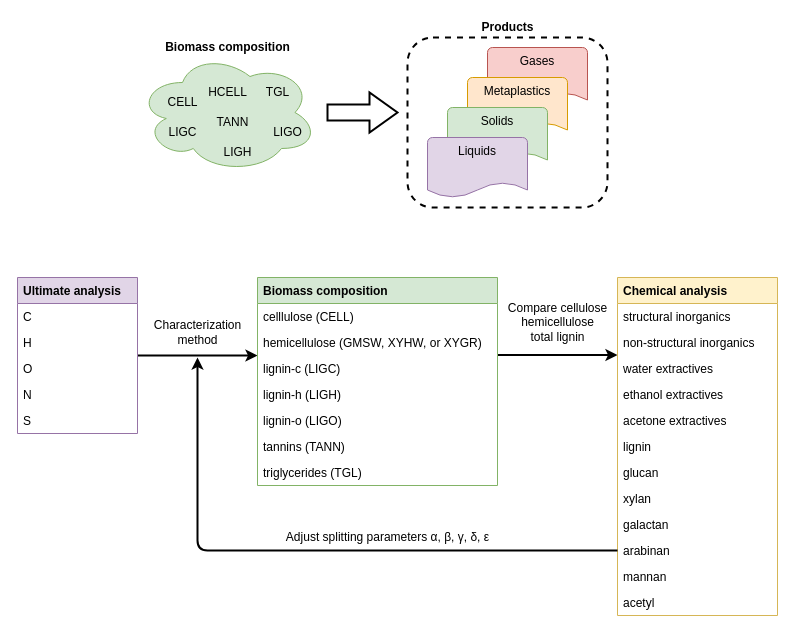
The draw.io diagram diagrams/biocomp.drawio in wigging/batch-cstr-pyrolysis, before the edit. Source tidied: cells renumbered, new cells numbered last; positions are measured from the earlier drawing's top-left corner, leaving out a move shared by most shapes. Both pictures are drawn from the tidied source at 100%, with x=0, y=0 at pixel (17, 17).
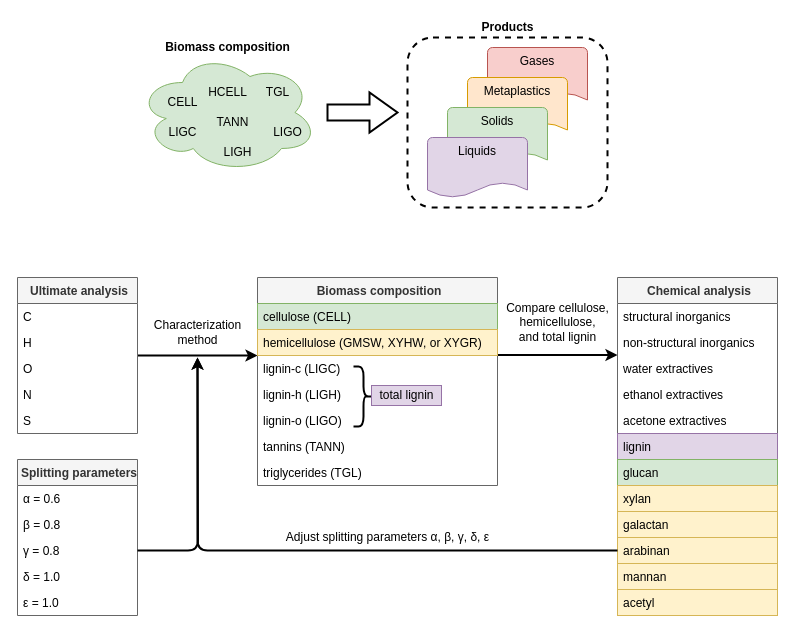
The same page after the edit.

Commit message (it also covers changes not shown here):
Update biomass characterization diagram

Change to the diagram source:
```diff
@@
-    <mxCell id="19" value="Chemical analysis" style="swimlane;fontStyle=1;horizontal=1;startSize=26;labelBackgroundColor=none;align=left;swimlaneLine=1;spacingLeft=4;fillColor=#fff2cc;strokeColor=#d6b656;" parent="1" vertex="1">
+    <mxCell id="19" value="Chemical analysis" style="swimlane;fontStyle=1;horizontal=1;startSize=26;labelBackgroundColor=none;align=center;swimlaneLine=1;spacingLeft=4;fillColor=#f5f5f5;strokeColor=#666666;fontColor=#333333;" parent="1" vertex="1">
       <mxGeometry x="600" y="260" width="160" height="338" as="geometry" />
     </mxCell>
@@
-    <mxCell id="25" value="lignin" style="text;strokeColor=none;fillColor=none;align=left;verticalAlign=top;spacingLeft=4;spacingRight=4;overflow=hidden;labelBackgroundColor=none;" parent="19" vertex="1">
+    <mxCell id="25" value="lignin" style="text;strokeColor=#9673a6;fillColor=#e1d5e7;align=left;verticalAlign=top;spacingLeft=4;spacingRight=4;overflow=hidden;labelBackgroundColor=none;" parent="19" vertex="1">
       <mxGeometry y="156" width="160" height="26" as="geometry" />
     </mxCell>
-    <mxCell id="26" value="glucan" style="text;strokeColor=none;fillColor=none;align=left;verticalAlign=top;spacingLeft=4;spacingRight=4;overflow=hidden;labelBackgroundColor=none;" parent="19" vertex="1">
+    <mxCell id="26" value="glucan" style="text;strokeColor=#82b366;fillColor=#d5e8d4;align=left;verticalAlign=top;spacingLeft=4;spacingRight=4;overflow=hidden;labelBackgroundColor=none;" parent="19" vertex="1">
       <mxGeometry y="182" width="160" height="26" as="geometry" />
     </mxCell>
-    <mxCell id="27" value="xylan" style="text;strokeColor=none;fillColor=none;align=left;verticalAlign=top;spacingLeft=4;spacingRight=4;overflow=hidden;labelBackgroundColor=none;" parent="19" vertex="1">
+    <mxCell id="27" value="xylan" style="text;strokeColor=#d6b656;fillColor=#fff2cc;align=left;verticalAlign=top;spacingLeft=4;spacingRight=4;overflow=hidden;labelBackgroundColor=none;" parent="19" vertex="1">
       <mxGeometry y="208" width="160" height="26" as="geometry" />
     </mxCell>
-    <mxCell id="28" value="galactan" style="text;strokeColor=none;fillColor=none;align=left;verticalAlign=top;spacingLeft=4;spacingRight=4;overflow=hidden;labelBackgroundColor=none;" parent="19" vertex="1">
+    <mxCell id="28" value="galactan" style="text;strokeColor=#d6b656;fillColor=#fff2cc;align=left;verticalAlign=top;spacingLeft=4;spacingRight=4;overflow=hidden;labelBackgroundColor=none;" parent="19" vertex="1">
       <mxGeometry y="234" width="160" height="26" as="geometry" />
     </mxCell>
-    <mxCell id="29" value="arabinan" style="text;strokeColor=none;fillColor=none;align=left;verticalAlign=top;spacingLeft=4;spacingRight=4;overflow=hidden;points=[[0,0.5],[1,0.5]];portConstraint=eastwest;labelBackgroundColor=none;" parent="19" vertex="1">
+    <mxCell id="29" value="arabinan" style="text;strokeColor=#d6b656;fillColor=#fff2cc;align=left;verticalAlign=top;spacingLeft=4;spacingRight=4;overflow=hidden;points=[[0,0.5],[1,0.5]];portConstraint=eastwest;labelBackgroundColor=none;" parent="19" vertex="1">
       <mxGeometry y="260" width="160" height="26" as="geometry" />
     </mxCell>
-    <mxCell id="30" value="mannan" style="text;strokeColor=none;fillColor=none;align=left;verticalAlign=top;spacingLeft=4;spacingRight=4;overflow=hidden;labelBackgroundColor=none;" parent="19" vertex="1">
+    <mxCell id="30" value="mannan" style="text;strokeColor=#d6b656;fillColor=#fff2cc;align=left;verticalAlign=top;spacingLeft=4;spacingRight=4;overflow=hidden;labelBackgroundColor=none;" parent="19" vertex="1">
       <mxGeometry y="286" width="160" height="26" as="geometry" />
     </mxCell>
-    <mxCell id="31" value="acetyl" style="text;strokeColor=none;fillColor=none;align=left;verticalAlign=top;spacingLeft=4;spacingRight=4;overflow=hidden;labelBackgroundColor=none;" parent="19" vertex="1">
+    <mxCell id="31" value="acetyl" style="text;strokeColor=#d6b656;fillColor=#fff2cc;align=left;verticalAlign=top;spacingLeft=4;spacingRight=4;overflow=hidden;labelBackgroundColor=none;" parent="19" vertex="1">
       <mxGeometry y="312" width="160" height="26" as="geometry" />
     </mxCell>
@@
-    <mxCell id="33" value="Ultimate analysis" style="swimlane;fontStyle=1;horizontal=1;startSize=26;labelBackgroundColor=none;align=left;spacingLeft=4;fillColor=#e1d5e7;strokeColor=#9673a6;" parent="1" vertex="1">
+    <mxCell id="33" value="Ultimate analysis" style="swimlane;fontStyle=1;horizontal=1;startSize=26;labelBackgroundColor=none;align=center;spacingLeft=4;fillColor=#f5f5f5;strokeColor=#666666;fontColor=#333333;" parent="1" vertex="1">
       <mxGeometry y="260" width="120" height="156" as="geometry" />
     </mxCell>
@@
-    <mxCell id="39" value="Biomass composition" style="swimlane;fontStyle=1;horizontal=1;startSize=26;labelBackgroundColor=none;align=left;spacingLeft=4;fillColor=#d5e8d4;strokeColor=#82b366;" parent="1" vertex="1">
+    <mxCell id="39" value="Biomass composition" style="swimlane;fontStyle=1;horizontal=1;startSize=26;labelBackgroundColor=none;align=center;spacingLeft=4;fillColor=#f5f5f5;strokeColor=#666666;fontColor=#333333;" parent="1" vertex="1">
       <mxGeometry x="240" y="260" width="240" height="208" as="geometry" />
     </mxCell>
-    <mxCell id="40" value="celllulose (CELL)" style="text;strokeColor=none;fillColor=none;align=left;verticalAlign=top;spacingLeft=4;spacingRight=4;overflow=hidden;" parent="39" vertex="1">
+    <mxCell id="40" value="cellulose (CELL)" style="text;strokeColor=#82b366;fillColor=#d5e8d4;align=left;verticalAlign=top;spacingLeft=4;spacingRight=4;overflow=hidden;" parent="39" vertex="1">
       <mxGeometry y="26" width="240" height="26" as="geometry" />
     </mxCell>
-    <mxCell id="41" value="hemicellulose (GMSW, XYHW, or XYGR)" style="text;strokeColor=none;fillColor=none;align=left;verticalAlign=top;spacingLeft=4;spacingRight=4;overflow=hidden;" parent="39" vertex="1">
+    <mxCell id="41" value="hemicellulose (GMSW, XYHW, or XYGR)" style="text;strokeColor=#d6b656;fillColor=#fff2cc;align=left;verticalAlign=top;spacingLeft=4;spacingRight=4;overflow=hidden;" parent="39" vertex="1">
       <mxGeometry y="52" width="240" height="26" as="geometry" />
     </mxCell>
@@
-    <mxCell id="48" value="Compare cellulose&lt;br&gt;hemicellulose&lt;br&gt;total lignin" style="text;html=1;align=center;verticalAlign=middle;strokeColor=none;" parent="1" vertex="1">
-      <mxGeometry x="485" y="280" width="110" height="50" as="geometry" />
+    <mxCell id="48" value="Compare cellulose,&lt;br&gt;hemicellulose,&lt;br&gt;and total lignin" style="text;html=1;align=center;verticalAlign=middle;strokeColor=none;" parent="1" vertex="1">
+      <mxGeometry x="480" y="280" width="120" height="50" as="geometry" />
     </mxCell>
@@
+    <mxCell id="51" value="Splitting parameters" style="swimlane;fontStyle=1;horizontal=1;startSize=26;labelBackgroundColor=none;align=center;spacingLeft=4;fillColor=#f5f5f5;strokeColor=#666666;fontColor=#333333;" parent="1" vertex="1">
+      <mxGeometry y="442" width="120" height="156" as="geometry" />
+    </mxCell>
+    <mxCell id="52" value="α = 0.6" style="text;strokeColor=none;fillColor=none;align=left;verticalAlign=top;spacingLeft=4;spacingRight=4;overflow=hidden;" parent="51" vertex="1">
+      <mxGeometry y="26" width="120" height="26" as="geometry" />
+    </mxCell>
+    <mxCell id="53" value="β = 0.8" style="text;strokeColor=none;fillColor=none;align=left;verticalAlign=top;spacingLeft=4;spacingRight=4;overflow=hidden;" parent="51" vertex="1">
+      <mxGeometry y="52" width="120" height="26" as="geometry" />
+    </mxCell>
+    <mxCell id="54" value="γ = 0.8" style="text;strokeColor=none;fillColor=none;align=left;verticalAlign=top;spacingLeft=4;spacingRight=4;overflow=hidden;points=[[0,0.5],[1,0.5]];portConstraint=eastwest;" parent="51" vertex="1">
+      <mxGeometry y="78" width="120" height="26" as="geometry" />
+    </mxCell>
+    <mxCell id="55" value="δ = 1.0" style="text;strokeColor=none;fillColor=none;align=left;verticalAlign=top;spacingLeft=4;spacingRight=4;overflow=hidden;labelBackgroundColor=none;" parent="51" vertex="1">
+      <mxGeometry y="104" width="120" height="26" as="geometry" />
+    </mxCell>
+    <mxCell id="56" value="ε = 1.0" style="text;strokeColor=none;fillColor=none;align=left;verticalAlign=top;spacingLeft=4;spacingRight=4;overflow=hidden;labelBackgroundColor=none;" parent="51" vertex="1">
+      <mxGeometry y="130" width="120" height="26" as="geometry" />
+    </mxCell>
+    <mxCell id="57" style="edgeStyle=orthogonalEdgeStyle;jettySize=auto;html=1;exitX=1;exitY=0.5;exitDx=0;exitDy=0;strokeWidth=2;rounded=1;" parent="1" edge="1" source="54">
+      <mxGeometry relative="1" as="geometry">
+        <mxPoint x="180" y="340" as="targetPoint" />
+      </mxGeometry>
+    </mxCell>
+    <mxCell id="58" style="shape=curlyBracket;whiteSpace=wrap;html=1;rounded=1;flipH=1;align=center;strokeWidth=2;" parent="1" vertex="1">
+      <mxGeometry x="336" y="349" width="20" height="60" as="geometry" />
+    </mxCell>
+    <mxCell id="59" value="total lignin" style="text;html=1;align=center;verticalAlign=middle;strokeColor=#9673a6;fillColor=#e1d5e7;" parent="1" vertex="1">
+      <mxGeometry x="354" y="368" width="70" height="20" as="geometry" />
+    </mxCell>
```
